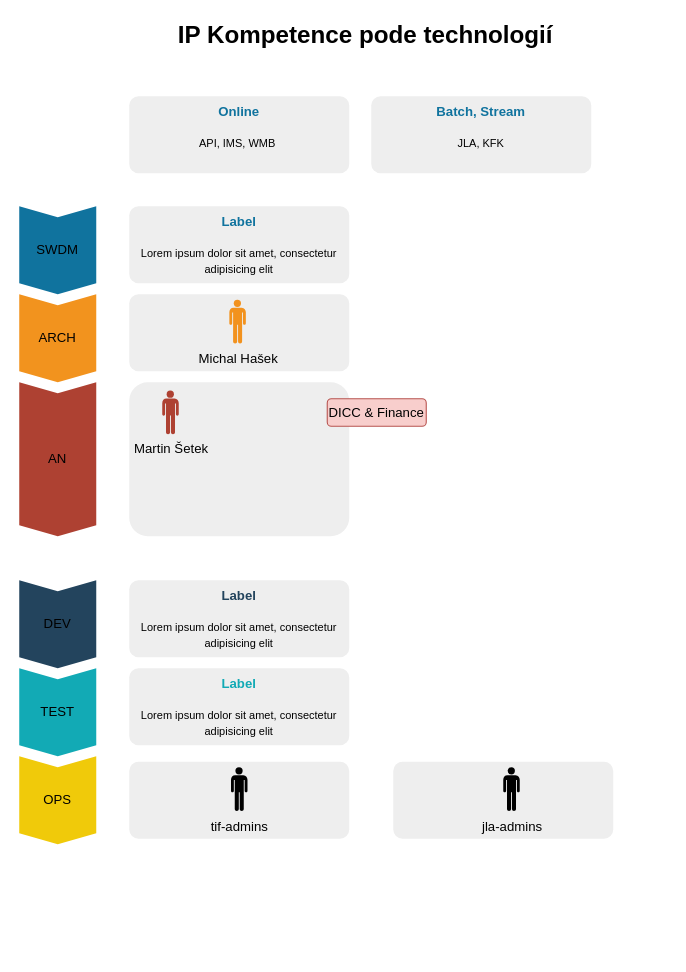
MichalHasekRB/my-Diagrams keeps this draw.io diagram as IP - TechnologyCompetence.drawio. Above is the earlier version. Source tidied: cells renumbered, new cells numbered last; positions are measured from the earlier drawing's top-left corner, leaving out a move shared by most shapes. Both pictures are drawn from the tidied source at 110%, with x=0, y=0 at pixel (19, 19).
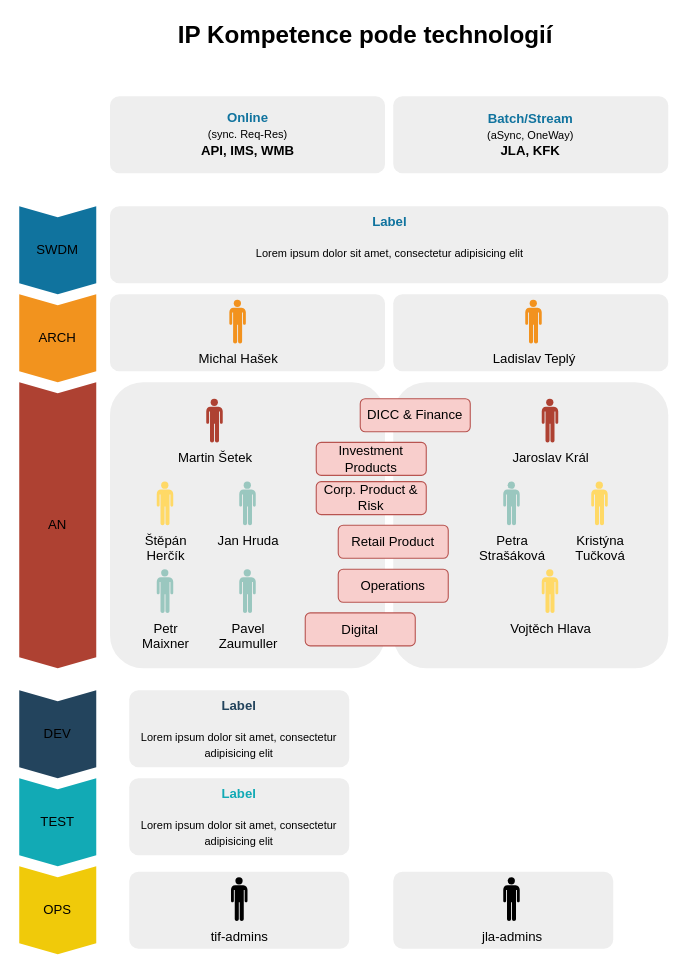
The same page after the edit.

Diff of the diagram source:
```diff
@@
+    <mxCell id="23" style="rounded=1;strokeColor=none;fillColor=#EEEEEE;align=center;arcSize=12;verticalAlign=top;whiteSpace=wrap;html=1;fontSize=12;" parent="1" vertex="1">
+      <mxGeometry x="340" y="330" width="250" height="260" as="geometry" />
+    </mxCell>
@@
     <mxCell id="4" value="AN" style="shape=step;perimeter=stepPerimeter;whiteSpace=wrap;html=1;fixedSize=1;size=10;direction=south;fillColor=#AE4132;strokeColor=none;rounded=0;" parent="1" vertex="1">
-      <mxGeometry y="330" width="70" height="140" as="geometry" />
+      <mxGeometry y="330" width="70" height="260" as="geometry" />
     </mxCell>
     <mxCell id="5" value="DEV" style="shape=step;perimeter=stepPerimeter;whiteSpace=wrap;html=1;fixedSize=1;size=10;direction=south;fillColor=#23445D;strokeColor=none;rounded=0;" parent="1" vertex="1">
-      <mxGeometry y="510" width="70" height="80" as="geometry" />
+      <mxGeometry y="610" width="70" height="80" as="geometry" />
     </mxCell>
     <mxCell id="6" value="TEST" style="shape=step;perimeter=stepPerimeter;whiteSpace=wrap;html=1;fixedSize=1;size=10;direction=south;fillColor=#12AAB5;strokeColor=none;rounded=0;" parent="1" vertex="1">
-      <mxGeometry y="590" width="70" height="80" as="geometry" />
+      <mxGeometry y="690" width="70" height="80" as="geometry" />
     </mxCell>
     <mxCell id="7" value="&lt;font style=&quot;font-size: 10px&quot;&gt;&lt;font style=&quot;font-size: 12px&quot; color=&quot;#10739E&quot;&gt;&lt;b&gt;Label&lt;/b&gt;&lt;/font&gt;&lt;br&gt;&lt;br&gt;&lt;font size=&quot;1&quot;&gt;Lorem ipsum dolor sit amet, consectetur adipisicing elit&lt;/font&gt;&lt;/font&gt;" style="rounded=1;strokeColor=none;fillColor=#EEEEEE;align=center;arcSize=12;verticalAlign=top;whiteSpace=wrap;html=1;fontSize=12;" parent="1" vertex="1">
-      <mxGeometry x="100" y="170" width="200" height="70" as="geometry" />
+      <mxGeometry x="82.5" y="170" width="507.5" height="70" as="geometry" />
     </mxCell>
     <mxCell id="8" style="rounded=1;strokeColor=none;fillColor=#EEEEEE;align=center;arcSize=12;verticalAlign=top;whiteSpace=wrap;html=1;fontSize=12;" parent="1" vertex="1">
-      <mxGeometry x="100" y="250" width="200" height="70" as="geometry" />
+      <mxGeometry x="82.5" y="250" width="250" height="70" as="geometry" />
     </mxCell>
     <mxCell id="9" style="rounded=1;strokeColor=none;fillColor=#EEEEEE;align=center;arcSize=12;verticalAlign=top;whiteSpace=wrap;html=1;fontSize=12;" parent="1" vertex="1">
-      <mxGeometry x="100" y="330" width="200" height="140" as="geometry" />
+      <mxGeometry x="82.5" y="330" width="250" height="260" as="geometry" />
     </mxCell>
     <mxCell id="10" value="&lt;font style=&quot;font-size: 10px&quot;&gt;&lt;font style=&quot;font-size: 12px&quot; color=&quot;#23445D&quot;&gt;&lt;b&gt;Label&lt;/b&gt;&lt;/font&gt;&lt;br&gt;&lt;br&gt;&lt;font size=&quot;1&quot;&gt;Lorem ipsum dolor sit amet, consectetur adipisicing elit&lt;/font&gt;&lt;/font&gt;" style="rounded=1;strokeColor=none;fillColor=#EEEEEE;align=center;arcSize=12;verticalAlign=top;whiteSpace=wrap;html=1;fontSize=12;" parent="1" vertex="1">
-      <mxGeometry x="100" y="510" width="200" height="70" as="geometry" />
+      <mxGeometry x="100" y="610" width="200" height="70" as="geometry" />
     </mxCell>
     <mxCell id="11" value="&lt;font style=&quot;font-size: 10px&quot;&gt;&lt;font style=&quot;font-size: 12px&quot; color=&quot;#12AAB5&quot;&gt;&lt;b&gt;Label&lt;/b&gt;&lt;/font&gt;&lt;br&gt;&lt;br&gt;&lt;font size=&quot;1&quot;&gt;Lorem ipsum dolor sit amet, consectetur adipisicing elit&lt;/font&gt;&lt;/font&gt;" style="rounded=1;strokeColor=none;fillColor=#EEEEEE;align=center;arcSize=12;verticalAlign=top;whiteSpace=wrap;html=1;fontSize=12;" parent="1" vertex="1">
-      <mxGeometry x="100" y="590" width="200" height="70" as="geometry" />
+      <mxGeometry x="100" y="690" width="200" height="70" as="geometry" />
     </mxCell>
@@
     <mxCell id="13" value="OPS" style="shape=step;perimeter=stepPerimeter;whiteSpace=wrap;html=1;fixedSize=1;size=10;direction=south;fillColor=#f0ca0a;strokeColor=none;rounded=0;" parent="1" vertex="1">
-      <mxGeometry y="670" width="70" height="80" as="geometry" />
+      <mxGeometry y="770" width="70" height="80" as="geometry" />
     </mxCell>
     <mxCell id="14" value="DICC &amp;amp; Finance" style="rounded=1;whiteSpace=wrap;html=1;fillColor=#f8cecc;strokeColor=#b85450;" parent="1" vertex="1">
-      <mxGeometry x="280" y="345" width="90" height="25" as="geometry" />
+      <mxGeometry x="310" y="345" width="100" height="30" as="geometry" />
     </mxCell>
-    <mxCell id="15" value="&lt;font style=&quot;font-size: 10px&quot;&gt;&lt;font style=&quot;font-size: 12px&quot; color=&quot;#10739E&quot;&gt;&lt;b&gt;Online&lt;/b&gt;&lt;/font&gt;&lt;br&gt;&lt;br&gt;&lt;font size=&quot;1&quot;&gt;API, IMS, WMB&amp;nbsp;&lt;/font&gt;&lt;/font&gt;" style="rounded=1;strokeColor=none;fillColor=#EEEEEE;align=center;arcSize=12;verticalAlign=top;whiteSpace=wrap;html=1;fontSize=12;" parent="1" vertex="1">
-      <mxGeometry x="100" y="70" width="200" height="70" as="geometry" />
+    <mxCell id="15" value="&lt;p style=&quot;line-height: 120%;&quot;&gt;&lt;font style=&quot;&quot;&gt;&lt;font style=&quot;font-size: 12px;&quot; color=&quot;#10739E&quot;&gt;&lt;b&gt;Online&lt;/b&gt;&lt;/font&gt;&lt;br&gt;&lt;font style=&quot;&quot; size=&quot;1&quot;&gt;(sync. Req-Res)&lt;br&gt;&lt;b style=&quot;font-size: 12px;&quot;&gt;API, IMS, WMB&lt;/b&gt;&lt;/font&gt;&lt;/font&gt;&lt;/p&gt;" style="rounded=1;strokeColor=none;fillColor=#EEEEEE;align=center;arcSize=12;verticalAlign=middle;whiteSpace=wrap;html=1;fontSize=12;" parent="1" vertex="1">
+      <mxGeometry x="82.5" y="70" width="250" height="70" as="geometry" />
     </mxCell>
-    <mxCell id="16" value="&lt;font style=&quot;&quot;&gt;&lt;font style=&quot;font-size: 12px;&quot; color=&quot;#10739E&quot;&gt;&lt;b&gt;Batch, Stream&lt;/b&gt;&lt;/font&gt;&lt;br&gt;&lt;br&gt;&lt;font size=&quot;1&quot;&gt;JLA, KFK&lt;/font&gt;&lt;br&gt;&lt;/font&gt;" style="rounded=1;strokeColor=none;fillColor=#EEEEEE;align=center;arcSize=12;verticalAlign=top;whiteSpace=wrap;html=1;fontSize=12;" parent="1" vertex="1">
-      <mxGeometry x="320" y="70" width="200" height="70" as="geometry" />
+    <mxCell id="16" value="&lt;font style=&quot;&quot;&gt;&lt;font color=&quot;#10739e&quot;&gt;&lt;b&gt;Batch/Stream&lt;/b&gt;&lt;/font&gt;&lt;br style=&quot;border-color: var(--border-color);&quot;&gt;&lt;font style=&quot;border-color: var(--border-color);&quot; size=&quot;1&quot;&gt;(aSync, OneWay)&lt;br style=&quot;border-color: var(--border-color);&quot;&gt;&lt;/font&gt;&lt;b&gt;JLA, KFK&lt;/b&gt;&lt;br&gt;&lt;/font&gt;" style="rounded=1;strokeColor=none;fillColor=#EEEEEE;align=center;arcSize=12;verticalAlign=middle;whiteSpace=wrap;html=1;fontSize=12;" parent="1" vertex="1">
+      <mxGeometry x="340" y="70" width="250" height="70" as="geometry" />
     </mxCell>
     <mxCell id="17" value="Martin Šetek" style="shape=mxgraph.signs.people.man_1;html=1;fillColor=#ae4132;strokeColor=none;verticalLabelPosition=bottom;verticalAlign=top;align=center;sketch=0;" parent="1" vertex="1">
-      <mxGeometry x="130" y="337.6" width="15" height="39.7" as="geometry" />
+      <mxGeometry x="170" y="345" width="15" height="39.7" as="geometry" />
     </mxCell>
     <mxCell id="18" style="rounded=1;strokeColor=none;fillColor=#EEEEEE;align=center;arcSize=12;verticalAlign=top;whiteSpace=wrap;html=1;fontSize=12;" parent="1" vertex="1">
-      <mxGeometry x="100" y="675" width="200" height="70" as="geometry" />
+      <mxGeometry x="100" y="775" width="200" height="70" as="geometry" />
     </mxCell>
     <mxCell id="19" value="tif-admins" style="shape=mxgraph.signs.people.man_1;html=1;fillColor=#000000;strokeColor=none;verticalLabelPosition=bottom;verticalAlign=top;align=center;sketch=0;" parent="1" vertex="1">
-      <mxGeometry x="192.5" y="680" width="15" height="39.7" as="geometry" />
+      <mxGeometry x="192.5" y="780" width="15" height="39.7" as="geometry" />
     </mxCell>
     <mxCell id="20" style="rounded=1;strokeColor=none;fillColor=#EEEEEE;align=center;arcSize=12;verticalAlign=top;whiteSpace=wrap;html=1;fontSize=12;" parent="1" vertex="1">
-      <mxGeometry x="340" y="675" width="200" height="70" as="geometry" />
+      <mxGeometry x="340" y="775" width="200" height="70" as="geometry" />
     </mxCell>
     <mxCell id="21" value="jla-admins" style="shape=mxgraph.signs.people.man_1;html=1;fillColor=#000000;strokeColor=none;verticalLabelPosition=bottom;verticalAlign=top;align=center;sketch=0;" parent="1" vertex="1">
-      <mxGeometry x="440" y="680" width="15" height="39.7" as="geometry" />
+      <mxGeometry x="440" y="780" width="15" height="39.7" as="geometry" />
     </mxCell>
@@
+    <mxCell id="24" value="Corp. Product &amp;amp; Risk" style="rounded=1;whiteSpace=wrap;html=1;fillColor=#f8cecc;strokeColor=#b85450;" parent="1" vertex="1">
+      <mxGeometry x="270" y="420.3" width="100" height="30" as="geometry" />
+    </mxCell>
+    <mxCell id="25" value="Investment Products" style="rounded=1;whiteSpace=wrap;html=1;fillColor=#f8cecc;strokeColor=#b85450;" parent="1" vertex="1">
+      <mxGeometry x="270" y="384.7" width="100" height="30" as="geometry" />
+    </mxCell>
+    <mxCell id="26" value="Retail Product" style="rounded=1;whiteSpace=wrap;html=1;fillColor=#f8cecc;strokeColor=#b85450;" parent="1" vertex="1">
+      <mxGeometry x="290" y="460" width="100" height="30" as="geometry" />
+    </mxCell>
+    <mxCell id="27" value="Operations" style="rounded=1;whiteSpace=wrap;html=1;fillColor=#f8cecc;strokeColor=#b85450;" parent="1" vertex="1">
+      <mxGeometry x="290" y="500" width="100" height="30" as="geometry" />
+    </mxCell>
+    <mxCell id="28" value="Digital" style="rounded=1;whiteSpace=wrap;html=1;fillColor=#f8cecc;strokeColor=#b85450;" parent="1" vertex="1">
+      <mxGeometry x="260" y="539.7" width="100" height="30" as="geometry" />
+    </mxCell>
+    <mxCell id="29" value="Štěpán &lt;br&gt;Herčík" style="shape=mxgraph.signs.people.man_1;html=1;fillColor=#FFD966;strokeColor=none;verticalLabelPosition=bottom;verticalAlign=top;align=center;sketch=0;" parent="1" vertex="1">
+      <mxGeometry x="125" y="420.3" width="15" height="39.7" as="geometry" />
+    </mxCell>
+    <mxCell id="30" value="Jan Hruda" style="shape=mxgraph.signs.people.man_1;html=1;fillColor=#9AC7BF;strokeColor=none;verticalLabelPosition=bottom;verticalAlign=top;align=center;sketch=0;" parent="1" vertex="1">
+      <mxGeometry x="200" y="420.3" width="15" height="39.7" as="geometry" />
+    </mxCell>
+    <mxCell id="31" value="Petr&lt;br&gt;Maixner" style="shape=mxgraph.signs.people.man_1;html=1;fillColor=#9AC7BF;strokeColor=none;verticalLabelPosition=bottom;verticalAlign=top;align=center;sketch=0;" parent="1" vertex="1">
+      <mxGeometry x="125" y="500" width="15" height="39.7" as="geometry" />
+    </mxCell>
+    <mxCell id="32" value="Pavel &lt;br&gt;Zaumuller" style="shape=mxgraph.signs.people.man_1;html=1;fillColor=#9AC7BF;strokeColor=none;verticalLabelPosition=bottom;verticalAlign=top;align=center;sketch=0;" parent="1" vertex="1">
+      <mxGeometry x="200" y="500" width="15" height="39.7" as="geometry" />
+    </mxCell>
+    <mxCell id="33" value="Jaroslav Král" style="shape=mxgraph.signs.people.man_1;html=1;fillColor=#ae4132;strokeColor=none;verticalLabelPosition=bottom;verticalAlign=top;align=center;sketch=0;" parent="1" vertex="1">
+      <mxGeometry x="475" y="345" width="15" height="39.7" as="geometry" />
+    </mxCell>
+    <mxCell id="34" value="Petra &lt;br&gt;Strašáková" style="shape=mxgraph.signs.people.man_1;html=1;fillColor=#9AC7BF;strokeColor=none;verticalLabelPosition=bottom;verticalAlign=top;align=center;sketch=0;" parent="1" vertex="1">
+      <mxGeometry x="440" y="420.3" width="15" height="39.7" as="geometry" />
+    </mxCell>
+    <mxCell id="35" value="Kristýna &lt;br&gt;Tučková" style="shape=mxgraph.signs.people.man_1;html=1;fillColor=#FFD966;strokeColor=none;verticalLabelPosition=bottom;verticalAlign=top;align=center;sketch=0;" parent="1" vertex="1">
+      <mxGeometry x="520" y="420.3" width="15" height="39.7" as="geometry" />
+    </mxCell>
+    <mxCell id="36" value="Vojtěch Hlava" style="shape=mxgraph.signs.people.man_1;html=1;fillColor=#FFD966;strokeColor=none;verticalLabelPosition=bottom;verticalAlign=top;align=center;sketch=0;" parent="1" vertex="1">
+      <mxGeometry x="475" y="500" width="15" height="39.7" as="geometry" />
+    </mxCell>
+    <mxCell id="37" style="rounded=1;strokeColor=none;fillColor=#EEEEEE;align=center;arcSize=12;verticalAlign=top;whiteSpace=wrap;html=1;fontSize=12;" parent="1" vertex="1">
+      <mxGeometry x="340" y="250" width="250" height="70" as="geometry" />
+    </mxCell>
+    <mxCell id="38" value="Ladislav Teplý" style="shape=mxgraph.signs.people.man_1;html=1;fillColor=#f2921e;strokeColor=none;verticalLabelPosition=bottom;verticalAlign=top;align=center;sketch=0;" parent="1" vertex="1">
+      <mxGeometry x="460" y="255" width="15" height="39.7" as="geometry" />
+    </mxCell>
```
